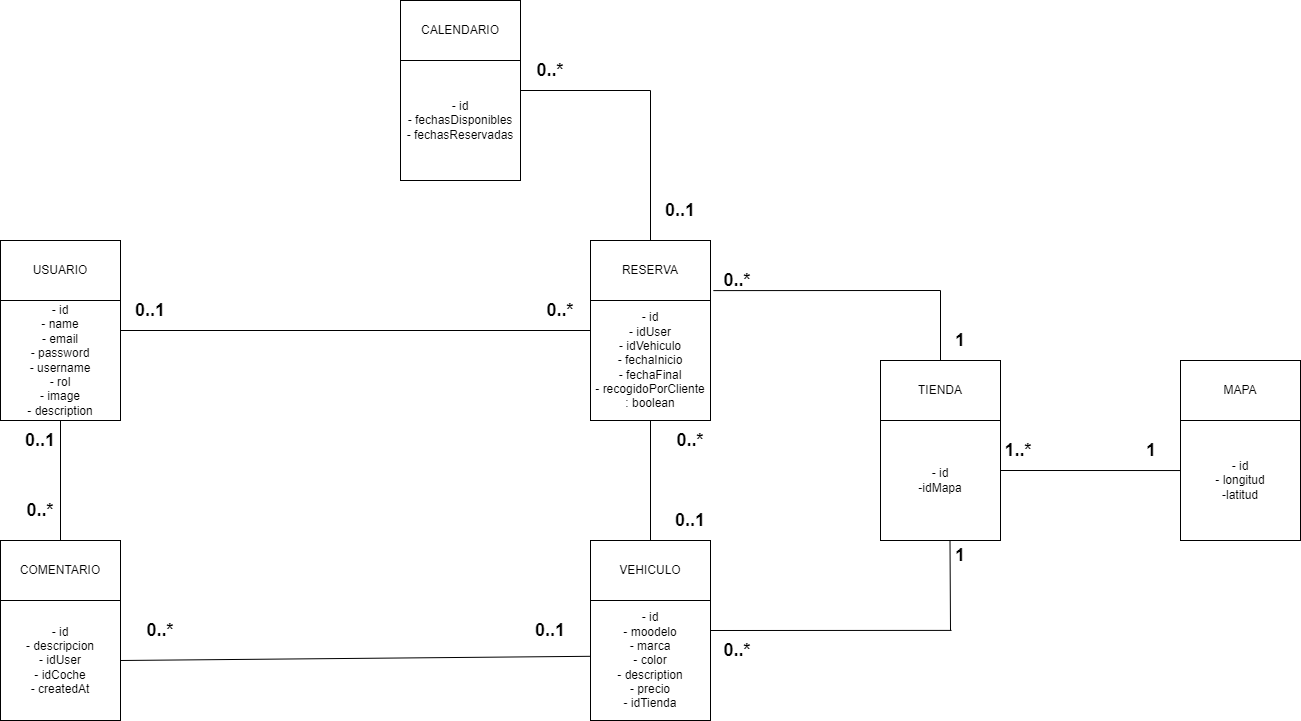
This is TrabajoFinGrado/Diagramas/DiagramaClasesAlquiler.png from jorgesanchez3212/Trabajo-Fin-De-Grado-JorgeSanchez, a draw.io export, as it was before one commit. Source tidied: cells renumbered, new cells last; positions are measured from the earlier drawing's top-left corner, leaving out a move shared by most shapes.
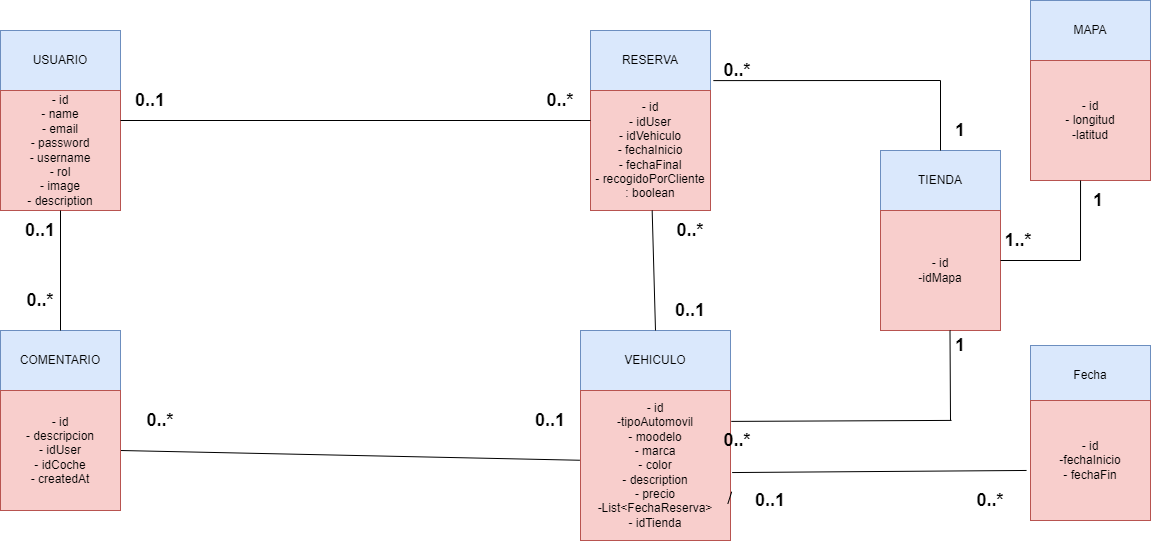
Later version of the same file.

Change to the diagram source:
```diff
@@ -2,23 +2,23 @@
   <root>
     <mxCell id="0" />
     <mxCell id="1" parent="0" />
-    <mxCell id="2" value="USUARIO" style="rounded=0;whiteSpace=wrap;html=1;" parent="1" vertex="1">
+    <mxCell id="2" value="USUARIO" style="rounded=0;whiteSpace=wrap;html=1;fillColor=#dae8fc;strokeColor=#6c8ebf;" parent="1" vertex="1">
       <mxGeometry y="240" width="120" height="60" as="geometry" />
     </mxCell>
-    <mxCell id="3" value="- id&lt;br&gt;- name&lt;br&gt;- email&lt;br&gt;- password&lt;br&gt;- username&lt;br&gt;- rol&lt;br&gt;- image&lt;br&gt;- description" style="whiteSpace=wrap;html=1;" parent="1" vertex="1">
+    <mxCell id="3" value="- id&lt;br&gt;- name&lt;br&gt;- email&lt;br&gt;- password&lt;br&gt;- username&lt;br&gt;- rol&lt;br&gt;- image&lt;br&gt;- description" style="whiteSpace=wrap;html=1;fillColor=#f8cecc;strokeColor=#b85450;" parent="1" vertex="1">
       <mxGeometry y="300" width="120" height="120" as="geometry" />
     </mxCell>
-    <mxCell id="4" value="RESERVA" style="rounded=0;whiteSpace=wrap;html=1;" parent="1" vertex="1">
+    <mxCell id="4" value="RESERVA" style="rounded=0;whiteSpace=wrap;html=1;fillColor=#dae8fc;strokeColor=#6c8ebf;" parent="1" vertex="1">
       <mxGeometry x="590" y="240" width="120" height="60" as="geometry" />
     </mxCell>
-    <mxCell id="5" value="- id&lt;br&gt;- idUser&lt;br&gt;- idVehiculo&lt;br&gt;- fechaInicio&lt;br&gt;- fechaFinal&lt;br&gt;- recogidoPorCliente&lt;br&gt;: boolean" style="whiteSpace=wrap;html=1;" parent="1" vertex="1">
+    <mxCell id="5" value="- id&lt;br&gt;- idUser&lt;br&gt;- idVehiculo&lt;br&gt;- fechaInicio&lt;br&gt;- fechaFinal&lt;br&gt;- recogidoPorCliente&lt;br&gt;: boolean" style="whiteSpace=wrap;html=1;fillColor=#f8cecc;strokeColor=#b85450;" parent="1" vertex="1">
       <mxGeometry x="590" y="300" width="120" height="120" as="geometry" />
     </mxCell>
-    <mxCell id="6" value="VEHICULO" style="rounded=0;whiteSpace=wrap;html=1;" parent="1" vertex="1">
-      <mxGeometry x="590" y="540" width="120" height="60" as="geometry" />
+    <mxCell id="6" value="VEHICULO" style="rounded=0;whiteSpace=wrap;html=1;fillColor=#dae8fc;strokeColor=#6c8ebf;" parent="1" vertex="1">
+      <mxGeometry x="580" y="540" width="150" height="60" as="geometry" />
     </mxCell>
-    <mxCell id="7" value="- id&lt;br&gt;- moodelo&lt;br&gt;- marca&lt;br&gt;- color&lt;br&gt;- description&lt;br&gt;- precio&lt;br&gt;- idTienda" style="whiteSpace=wrap;html=1;" parent="1" vertex="1">
-      <mxGeometry x="590" y="600" width="120" height="120" as="geometry" />
+    <mxCell id="7" value="- id&lt;br&gt;-tipoAutomovil&lt;br&gt;- moodelo&lt;br&gt;- marca&lt;br&gt;- color&lt;br&gt;- description&lt;br&gt;- precio&lt;br&gt;-List&amp;lt;FechaReserva&amp;gt;&lt;br&gt;- idTienda" style="whiteSpace=wrap;html=1;fillColor=#f8cecc;strokeColor=#b85450;" parent="1" vertex="1">
+      <mxGeometry x="580" y="600" width="150" height="150" as="geometry" />
     </mxCell>
     <mxCell id="8" style="endArrow=none;html=1;rounded=0;exitX=0;exitY=0.25;exitDx=0;exitDy=0;entryX=1;entryY=0.25;entryDx=0;entryDy=0;" parent="1" edge="1" source="5" target="3">
       <mxGeometry relative="1" as="geometry" />
@@ -38,10 +38,10 @@
     <mxCell id="13" value="0..1" style="text;html=1;strokeColor=none;fillColor=none;align=center;verticalAlign=middle;whiteSpace=wrap;rounded=0;fontStyle=1;fontSize=18;" parent="1" vertex="1">
       <mxGeometry x="510" y="610" width="80" height="40" as="geometry" />
     </mxCell>
-    <mxCell id="14" value="COMENTARIO" style="rounded=0;whiteSpace=wrap;html=1;" parent="1" vertex="1">
+    <mxCell id="14" value="COMENTARIO" style="rounded=0;whiteSpace=wrap;html=1;fillColor=#dae8fc;strokeColor=#6c8ebf;" parent="1" vertex="1">
       <mxGeometry y="540" width="120" height="60" as="geometry" />
     </mxCell>
-    <mxCell id="15" value="- id&lt;br&gt;- descripcion&lt;br&gt;- idUser&lt;br&gt;- idCoche&lt;br&gt;- createdAt" style="whiteSpace=wrap;html=1;" parent="1" vertex="1">
+    <mxCell id="15" value="- id&lt;br&gt;- descripcion&lt;br&gt;- idUser&lt;br&gt;- idCoche&lt;br&gt;- createdAt" style="whiteSpace=wrap;html=1;fillColor=#f8cecc;strokeColor=#b85450;" parent="1" vertex="1">
       <mxGeometry y="600" width="120" height="120" as="geometry" />
     </mxCell>
     <mxCell id="16" value="0..1" style="text;html=1;strokeColor=none;fillColor=none;align=center;verticalAlign=middle;whiteSpace=wrap;rounded=0;fontStyle=1;fontSize=18;" parent="1" vertex="1">
@@ -62,33 +62,19 @@
     <mxCell id="21" value="0..*" style="text;html=1;strokeColor=none;fillColor=none;align=center;verticalAlign=middle;whiteSpace=wrap;rounded=0;fontStyle=1;fontSize=18;" parent="1" vertex="1">
       <mxGeometry x="650" y="420" width="80" height="40" as="geometry" />
     </mxCell>
-    <mxCell id="22" value="CALENDARIO" style="rounded=0;whiteSpace=wrap;html=1;" parent="1" vertex="1">
-      <mxGeometry x="400" width="120" height="60" as="geometry" />
+    <mxCell id="22" value="Fecha" style="rounded=0;whiteSpace=wrap;html=1;fillColor=#dae8fc;strokeColor=#6c8ebf;" parent="1" vertex="1">
+      <mxGeometry x="1030" y="555" width="120" height="60" as="geometry" />
     </mxCell>
-    <mxCell id="23" value="- id&lt;br&gt;- fechasDisponibles&lt;br&gt;- fechasReservadas" style="whiteSpace=wrap;html=1;" parent="1" vertex="1">
-      <mxGeometry x="400" y="60" width="120" height="120" as="geometry" />
+    <mxCell id="23" value="- id&lt;br&gt;-fechaInicio&lt;br&gt;- fechaFin" style="whiteSpace=wrap;html=1;fillColor=#f8cecc;strokeColor=#b85450;" parent="1" vertex="1">
+      <mxGeometry x="1030" y="610" width="120" height="120" as="geometry" />
     </mxCell>
-    <mxCell id="24" style="endArrow=none;html=1;rounded=0;" parent="1" edge="1">
-      <mxGeometry relative="1" as="geometry">
-        <mxPoint x="650" y="90" as="sourcePoint" />
-        <mxPoint x="520" y="90" as="targetPoint" />
-      </mxGeometry>
-    </mxCell>
-    <mxCell id="25" style="endArrow=none;html=1;rounded=0;entryX=0.5;entryY=0;entryDx=0;entryDy=0;" parent="1" edge="1" target="4">
-      <mxGeometry relative="1" as="geometry">
-        <mxPoint x="650" y="90" as="sourcePoint" />
-      </mxGeometry>
-    </mxCell>
-    <mxCell id="26" value="0..1" style="text;html=1;strokeColor=none;fillColor=none;align=center;verticalAlign=middle;whiteSpace=wrap;rounded=0;fontStyle=1;fontSize=18;" parent="1" vertex="1">
-      <mxGeometry x="640" y="190" width="80" height="40" as="geometry" />
-    </mxCell>
     <mxCell id="27" value="0..*" style="text;html=1;strokeColor=none;fillColor=none;align=center;verticalAlign=middle;whiteSpace=wrap;rounded=0;fontStyle=1;fontSize=18;" parent="1" vertex="1">
-      <mxGeometry x="510" y="50" width="80" height="40" as="geometry" />
+      <mxGeometry x="950" y="690" width="80" height="40" as="geometry" />
     </mxCell>
-    <mxCell id="28" value="TIENDA" style="rounded=0;whiteSpace=wrap;html=1;" parent="1" vertex="1">
+    <mxCell id="28" value="TIENDA" style="rounded=0;whiteSpace=wrap;html=1;fillColor=#dae8fc;strokeColor=#6c8ebf;" parent="1" vertex="1">
       <mxGeometry x="880" y="360" width="120" height="60" as="geometry" />
     </mxCell>
-    <mxCell id="29" value="- id&lt;br&gt;-idMapa" style="whiteSpace=wrap;html=1;" parent="1" vertex="1">
+    <mxCell id="29" value="- id&lt;br&gt;-idMapa" style="whiteSpace=wrap;html=1;fillColor=#f8cecc;strokeColor=#b85450;" parent="1" vertex="1">
       <mxGeometry x="880" y="420" width="120" height="120" as="geometry" />
     </mxCell>
     <mxCell id="30" style="endArrow=none;html=1;rounded=0;" parent="1" edge="1">
@@ -103,7 +89,7 @@
         <mxPoint x="950" y="630" as="targetPoint" />
       </mxGeometry>
     </mxCell>
-    <mxCell id="32" style="endArrow=none;html=1;rounded=0;entryX=1;entryY=0.25;entryDx=0;entryDy=0;" parent="1" edge="1" target="7">
+    <mxCell id="32" style="endArrow=none;html=1;rounded=0;entryX=1.005;entryY=0.206;entryDx=0;entryDy=0;entryPerimeter=0;" parent="1" edge="1" target="7">
       <mxGeometry relative="1" as="geometry">
         <mxPoint x="951" y="629.9" as="sourcePoint" />
       </mxGeometry>
@@ -125,22 +111,37 @@
     <mxCell id="37" value="1" style="text;html=1;strokeColor=none;fillColor=none;align=center;verticalAlign=middle;whiteSpace=wrap;rounded=0;fontStyle=1;fontSize=18;" parent="1" vertex="1">
       <mxGeometry x="920" y="320" width="80" height="40" as="geometry" />
     </mxCell>
-    <mxCell id="38" value="MAPA" style="rounded=0;whiteSpace=wrap;html=1;" parent="1" vertex="1">
-      <mxGeometry x="1180" y="360" width="120" height="60" as="geometry" />
+    <mxCell id="38" value="MAPA" style="rounded=0;whiteSpace=wrap;html=1;fillColor=#dae8fc;strokeColor=#6c8ebf;" parent="1" vertex="1">
+      <mxGeometry x="1030" y="210" width="120" height="60" as="geometry" />
     </mxCell>
-    <mxCell id="39" value="- id&lt;br&gt;- longitud&lt;br&gt;-latitud" style="whiteSpace=wrap;html=1;" parent="1" vertex="1">
-      <mxGeometry x="1180" y="420" width="120" height="120" as="geometry" />
+    <mxCell id="39" value="- id&lt;br&gt;- longitud&lt;br&gt;-latitud" style="whiteSpace=wrap;html=1;fillColor=#f8cecc;strokeColor=#b85450;" parent="1" vertex="1">
+      <mxGeometry x="1030" y="270" width="120" height="120" as="geometry" />
     </mxCell>
     <mxCell id="40" value="1..*" style="text;html=1;strokeColor=none;fillColor=none;align=center;verticalAlign=middle;whiteSpace=wrap;rounded=0;fontStyle=1;fontSize=18;" parent="1" vertex="1">
       <mxGeometry x="978" y="430" width="80" height="40" as="geometry" />
     </mxCell>
     <mxCell id="41" value="1" style="text;html=1;strokeColor=none;fillColor=none;align=center;verticalAlign=middle;whiteSpace=wrap;rounded=0;fontStyle=1;fontSize=18;" parent="1" vertex="1">
-      <mxGeometry x="1111" y="430" width="80" height="40" as="geometry" />
+      <mxGeometry x="1058" y="390" width="80" height="40" as="geometry" />
     </mxCell>
-    <mxCell id="42" style="endArrow=none;html=1;rounded=0;exitX=-0.004;exitY=0.417;exitDx=0;exitDy=0;exitPerimeter=0;" parent="1" edge="1" source="39">
+    <mxCell id="42" style="endArrow=none;html=1;rounded=0;" parent="1" edge="1">
       <mxGeometry relative="1" as="geometry">
+        <mxPoint x="1080" y="470" as="sourcePoint" />
         <mxPoint x="1000" y="470" as="targetPoint" />
       </mxGeometry>
     </mxCell>
+    <mxCell id="43" style="endArrow=none;html=1;rounded=0;entryX=1.008;entryY=0.675;entryDx=0;entryDy=0;exitX=-0.033;exitY=0.583;exitDx=0;exitDy=0;exitPerimeter=0;entryPerimeter=0;" parent="1" edge="1" source="26" target="7">
+      <mxGeometry relative="1" as="geometry" />
+    </mxCell>
+    <mxCell id="44" style="endArrow=none;html=1;rounded=0;exitX=0.417;exitY=1;exitDx=0;exitDy=0;exitPerimeter=0;" parent="1" edge="1" source="39">
+      <mxGeometry relative="1" as="geometry">
+        <mxPoint x="1080" y="470" as="targetPoint" />
+      </mxGeometry>
+    </mxCell>
+    <mxCell id="45" style="endArrow=none;html=1;rounded=0;entryX=1.011;entryY=0.547;entryDx=0;entryDy=0;exitX=-0.033;exitY=0.583;exitDx=0;exitDy=0;exitPerimeter=0;entryPerimeter=0;" parent="1" edge="1" source="23" target="7">
+      <mxGeometry relative="1" as="geometry" />
+    </mxCell>
+    <mxCell id="26" value="0..1" style="text;html=1;strokeColor=none;fillColor=none;align=center;verticalAlign=middle;whiteSpace=wrap;rounded=0;fontStyle=1;fontSize=18;" parent="1" vertex="1">
+      <mxGeometry x="730" y="690" width="80" height="40" as="geometry" />
+    </mxCell>
   </root>
 </mxGraphModel>
```
